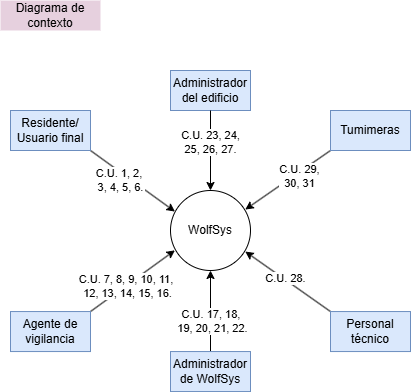
LIMoreno04/Caso-de-estudio---WolfSys---Arquitectura keeps this draw.io diagram as Documentación de la arquitectura/Diagramas/Exportados/Diagrama-de-contexto.png. Above is the earlier version. Source tidied: cells renumbered, new cells last; positions are measured from the earlier drawing's top-left corner, leaving out a move shared by most shapes. The source it was exported from:
```xml
<mxGraphModel>
  <root>
    <mxCell id="0" />
    <mxCell id="1" parent="0" />
    <mxCell id="2" value="WolfSys" style="ellipse;whiteSpace=wrap;html=1;" parent="1" vertex="1">
      <mxGeometry x="170" y="190" width="80" height="80" as="geometry" />
    </mxCell>
    <mxCell id="3" style="rounded=0;jettySize=auto;html=1;exitX=1;exitY=0;exitDx=0;exitDy=0;entryX=0.055;entryY=0.748;entryDx=0;entryDy=0;entryPerimeter=0;" parent="1" edge="1" source="5" target="2">
      <mxGeometry relative="1" as="geometry" />
    </mxCell>
    <mxCell id="4" value="C.U. 7, 8, 9, 10,&amp;nbsp;&lt;span style=&quot;background-color: light-dark(#ffffff, var(--ge-dark-color, #121212)); color: light-dark(rgb(0, 0, 0), rgb(255, 255, 255));&quot;&gt;11,&amp;nbsp;&lt;/span&gt;&lt;div&gt;&lt;span style=&quot;background-color: light-dark(#ffffff, var(--ge-dark-color, #121212)); color: light-dark(rgb(0, 0, 0), rgb(255, 255, 255));&quot;&gt;12, 13, 14, 15, 16&lt;/span&gt;&lt;span style=&quot;color: light-dark(rgb(0, 0, 0), rgb(255, 255, 255)); background-color: light-dark(#ffffff, var(--ge-dark-color, #121212));&quot;&gt;.&lt;/span&gt;&lt;/div&gt;" style="edgeLabel;html=1;align=center;verticalAlign=middle;" parent="3" vertex="1">
      <mxGeometry x="-0.14" y="-1" relative="1" as="geometry" />
    </mxCell>
    <mxCell id="5" value="Agente de vigilancia" style="rounded=0;whiteSpace=wrap;html=1;fillColor=#dae8fc;strokeColor=#6c8ebf;" parent="1" vertex="1">
      <mxGeometry x="10" y="311.1" width="80" height="40" as="geometry" />
    </mxCell>
    <mxCell id="6" style="rounded=0;jettySize=auto;html=1;exitX=0.5;exitY=0;exitDx=0;exitDy=0;entryX=0.5;entryY=1;entryDx=0;entryDy=0;" parent="1" edge="1" source="8" target="2">
      <mxGeometry relative="1" as="geometry" />
    </mxCell>
    <mxCell id="7" value="C.U. 17, 18,&amp;nbsp;&lt;div&gt;&lt;span style=&quot;background-color: light-dark(#ffffff, var(--ge-dark-color, #121212)); color: light-dark(rgb(0, 0, 0), rgb(255, 255, 255));&quot;&gt;19, 20, 21, 22.&lt;/span&gt;&lt;/div&gt;" style="edgeLabel;html=1;align=center;verticalAlign=middle;" parent="6" vertex="1">
      <mxGeometry x="0.02" relative="1" as="geometry">
        <mxPoint x="2" y="11" as="offset" />
      </mxGeometry>
    </mxCell>
    <mxCell id="8" value="Administrador de WolfSys" style="rounded=0;whiteSpace=wrap;html=1;fillColor=#dae8fc;strokeColor=#6c8ebf;" parent="1" vertex="1">
      <mxGeometry x="170" y="351.1" width="80" height="40" as="geometry" />
    </mxCell>
    <mxCell id="9" style="rounded=0;jettySize=auto;html=1;exitX=0;exitY=1;exitDx=0;exitDy=0;entryX=0.935;entryY=0.238;entryDx=0;entryDy=0;entryPerimeter=0;" parent="1" edge="1" source="18" target="2">
      <mxGeometry relative="1" as="geometry" />
    </mxCell>
    <mxCell id="10" value="C.U. 29,&lt;div&gt;30, 31&lt;/div&gt;" style="edgeLabel;html=1;align=center;verticalAlign=middle;" parent="9" vertex="1">
      <mxGeometry x="0.11" y="1" relative="1" as="geometry">
        <mxPoint x="15" y="-8" as="offset" />
      </mxGeometry>
    </mxCell>
    <mxCell id="11" style="rounded=0;jettySize=auto;html=1;exitX=0;exitY=0;exitDx=0;exitDy=0;entryX=0.935;entryY=0.763;entryDx=0;entryDy=0;entryPerimeter=0;" parent="1" edge="1" source="13" target="2">
      <mxGeometry relative="1" as="geometry" />
    </mxCell>
    <mxCell id="12" value="C.U. 28." style="edgeLabel;html=1;align=center;verticalAlign=middle;" parent="11" vertex="1">
      <mxGeometry x="0.07" y="-1" relative="1" as="geometry" />
    </mxCell>
    <mxCell id="13" value="Personal técnico" style="rounded=0;whiteSpace=wrap;html=1;fillColor=#dae8fc;strokeColor=#6c8ebf;" parent="1" vertex="1">
      <mxGeometry x="330" y="311.1" width="80" height="40" as="geometry" />
    </mxCell>
    <mxCell id="14" value="Diagrama de contexto" style="text;strokeColor=none;align=center;fillColor=#E6D0DE;html=1;verticalAlign=middle;whiteSpace=wrap;rounded=0;" parent="1" vertex="1">
      <mxGeometry width="100" height="30" as="geometry" />
    </mxCell>
    <mxCell id="15" style="rounded=0;jettySize=auto;html=1;exitX=1;exitY=1;exitDx=0;exitDy=0;entryX=0.055;entryY=0.263;entryDx=0;entryDy=0;entryPerimeter=0;" parent="1" edge="1" source="17" target="2">
      <mxGeometry relative="1" as="geometry" />
    </mxCell>
    <mxCell id="16" value="C.U. 1, 2,&amp;nbsp;&lt;div&gt;3,&amp;nbsp;&lt;span style=&quot;background-color: light-dark(#ffffff, var(--ge-dark-color, #121212)); color: light-dark(rgb(0, 0, 0), rgb(255, 255, 255));&quot;&gt;4, 5, 6.&lt;/span&gt;&lt;/div&gt;" style="edgeLabel;html=1;align=center;verticalAlign=middle;" parent="15" vertex="1">
      <mxGeometry x="-0.78" y="1" relative="1" as="geometry">
        <mxPoint x="20" y="24" as="offset" />
      </mxGeometry>
    </mxCell>
    <mxCell id="17" value="Residente/&lt;div&gt;Usuario final&lt;/div&gt;" style="rounded=0;whiteSpace=wrap;html=1;fillColor=#dae8fc;strokeColor=#6c8ebf;" parent="1" vertex="1">
      <mxGeometry x="10" y="110" width="80" height="40" as="geometry" />
    </mxCell>
    <mxCell id="18" value="Tumimeras" style="rounded=0;whiteSpace=wrap;html=1;fillColor=#dae8fc;strokeColor=#6c8ebf;" parent="1" vertex="1">
      <mxGeometry x="330" y="110" width="80" height="40" as="geometry" />
    </mxCell>
    <mxCell id="19" value="Administrador del edificio" style="rounded=0;whiteSpace=wrap;html=1;fillColor=#dae8fc;strokeColor=#6c8ebf;" parent="1" vertex="1">
      <mxGeometry x="170" y="70" width="80" height="40" as="geometry" />
    </mxCell>
    <mxCell id="20" style="rounded=0;jettySize=auto;html=1;entryX=0.5;entryY=0;entryDx=0;entryDy=0;" parent="1" edge="1" source="19" target="2">
      <mxGeometry relative="1" as="geometry" />
    </mxCell>
    <mxCell id="21" value="C.U. 23, 24,&lt;div&gt;&lt;span style=&quot;background-color: light-dark(#ffffff, var(--ge-dark-color, #121212)); color: light-dark(rgb(0, 0, 0), rgb(255, 255, 255));&quot;&gt;25, 26, 27.&lt;/span&gt;&lt;/div&gt;" style="edgeLabel;html=1;align=center;verticalAlign=middle;" parent="20" vertex="1">
      <mxGeometry x="-0.5" relative="1" as="geometry">
        <mxPoint y="12" as="offset" />
      </mxGeometry>
    </mxCell>
  </root>
</mxGraphModel>
```
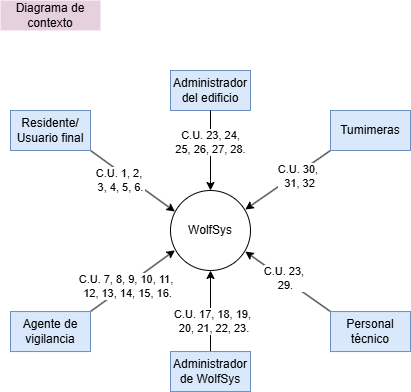
Above is the later version.

Change to the diagram source:
```diff
@@ -17,7 +17,7 @@
     <mxCell id="6" style="rounded=0;jettySize=auto;html=1;exitX=0.5;exitY=0;exitDx=0;exitDy=0;entryX=0.5;entryY=1;entryDx=0;entryDy=0;" parent="1" edge="1" source="8" target="2">
       <mxGeometry relative="1" as="geometry" />
     </mxCell>
-    <mxCell id="7" value="C.U. 17, 18,&amp;nbsp;&lt;div&gt;&lt;span style=&quot;background-color: light-dark(#ffffff, var(--ge-dark-color, #121212)); color: light-dark(rgb(0, 0, 0), rgb(255, 255, 255));&quot;&gt;19, 20, 21, 22.&lt;/span&gt;&lt;/div&gt;" style="edgeLabel;html=1;align=center;verticalAlign=middle;" parent="6" vertex="1">
+    <mxCell id="7" value="C.U. 17, 18,&amp;nbsp;&lt;span style=&quot;background-color: light-dark(#ffffff, var(--ge-dark-color, #121212)); color: light-dark(rgb(0, 0, 0), rgb(255, 255, 255));&quot;&gt;19,&lt;/span&gt;&lt;div&gt;&lt;span style=&quot;background-color: light-dark(#ffffff, var(--ge-dark-color, #121212)); color: light-dark(rgb(0, 0, 0), rgb(255, 255, 255));&quot;&gt;&amp;nbsp;20, 21, 22, 23.&lt;/span&gt;&lt;/div&gt;" style="edgeLabel;html=1;align=center;verticalAlign=middle;" parent="6" vertex="1">
       <mxGeometry x="0.02" relative="1" as="geometry">
         <mxPoint x="2" y="11" as="offset" />
       </mxGeometry>
@@ -28,7 +28,7 @@
     <mxCell id="9" style="rounded=0;jettySize=auto;html=1;exitX=0;exitY=1;exitDx=0;exitDy=0;entryX=0.935;entryY=0.238;entryDx=0;entryDy=0;entryPerimeter=0;" parent="1" edge="1" source="18" target="2">
       <mxGeometry relative="1" as="geometry" />
     </mxCell>
-    <mxCell id="10" value="C.U. 29,&lt;div&gt;30, 31&lt;/div&gt;" style="edgeLabel;html=1;align=center;verticalAlign=middle;" parent="9" vertex="1">
+    <mxCell id="10" value="C.U.&amp;nbsp;&lt;span style=&quot;background-color: light-dark(#ffffff, var(--ge-dark-color, #121212)); color: light-dark(rgb(0, 0, 0), rgb(255, 255, 255));&quot;&gt;30,&amp;nbsp;&lt;/span&gt;&lt;div&gt;&lt;span style=&quot;background-color: light-dark(#ffffff, var(--ge-dark-color, #121212)); color: light-dark(rgb(0, 0, 0), rgb(255, 255, 255));&quot;&gt;31, 32&lt;/span&gt;&lt;/div&gt;" style="edgeLabel;html=1;align=center;verticalAlign=middle;" parent="9" vertex="1">
       <mxGeometry x="0.11" y="1" relative="1" as="geometry">
         <mxPoint x="15" y="-8" as="offset" />
       </mxGeometry>
@@ -36,7 +36,7 @@
     <mxCell id="11" style="rounded=0;jettySize=auto;html=1;exitX=0;exitY=0;exitDx=0;exitDy=0;entryX=0.935;entryY=0.763;entryDx=0;entryDy=0;entryPerimeter=0;" parent="1" edge="1" source="13" target="2">
       <mxGeometry relative="1" as="geometry" />
     </mxCell>
-    <mxCell id="12" value="C.U. 28." style="edgeLabel;html=1;align=center;verticalAlign=middle;" parent="11" vertex="1">
+    <mxCell id="12" value="C.U. 23,&amp;nbsp;&lt;div&gt;29.&lt;/div&gt;" style="edgeLabel;html=1;align=center;verticalAlign=middle;" parent="11" vertex="1">
       <mxGeometry x="0.07" y="-1" relative="1" as="geometry" />
     </mxCell>
     <mxCell id="13" value="Personal técnico" style="rounded=0;whiteSpace=wrap;html=1;fillColor=#dae8fc;strokeColor=#6c8ebf;" parent="1" vertex="1">
@@ -65,7 +65,7 @@
     <mxCell id="20" style="rounded=0;jettySize=auto;html=1;entryX=0.5;entryY=0;entryDx=0;entryDy=0;" parent="1" edge="1" source="19" target="2">
       <mxGeometry relative="1" as="geometry" />
     </mxCell>
-    <mxCell id="21" value="C.U. 23, 24,&lt;div&gt;&lt;span style=&quot;background-color: light-dark(#ffffff, var(--ge-dark-color, #121212)); color: light-dark(rgb(0, 0, 0), rgb(255, 255, 255));&quot;&gt;25, 26, 27.&lt;/span&gt;&lt;/div&gt;" style="edgeLabel;html=1;align=center;verticalAlign=middle;" parent="20" vertex="1">
+    <mxCell id="21" value="C.U. 23, 24,&lt;div&gt;&lt;span style=&quot;background-color: light-dark(#ffffff, var(--ge-dark-color, #121212)); color: light-dark(rgb(0, 0, 0), rgb(255, 255, 255));&quot;&gt;25, 26, 27, 28.&lt;/span&gt;&lt;/div&gt;" style="edgeLabel;html=1;align=center;verticalAlign=middle;" parent="20" vertex="1">
       <mxGeometry x="-0.5" relative="1" as="geometry">
         <mxPoint y="12" as="offset" />
       </mxGeometry>
```
